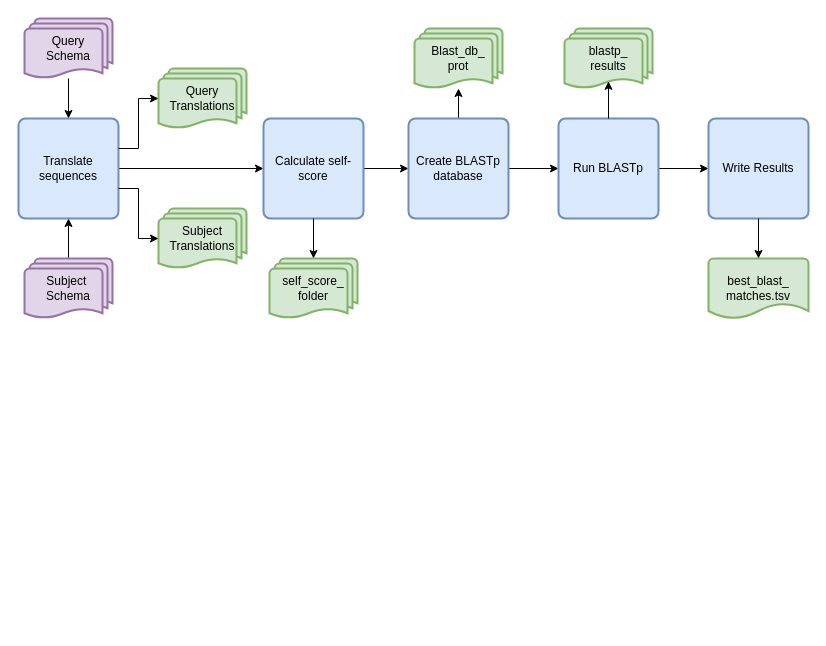
Earlier version of the draw.io diagram SchemaRefinery/docs/user/modules/source/match_schemas.drawio (B-UMMI/Schema_Refinery). Source tidied: cells renumbered, new cells numbered last; positions are measured from the earlier drawing's top-left corner, leaving out a move shared by most shapes. Both pictures are drawn from the tidied source at 100%, with x=0, y=0 at pixel (18, 18).
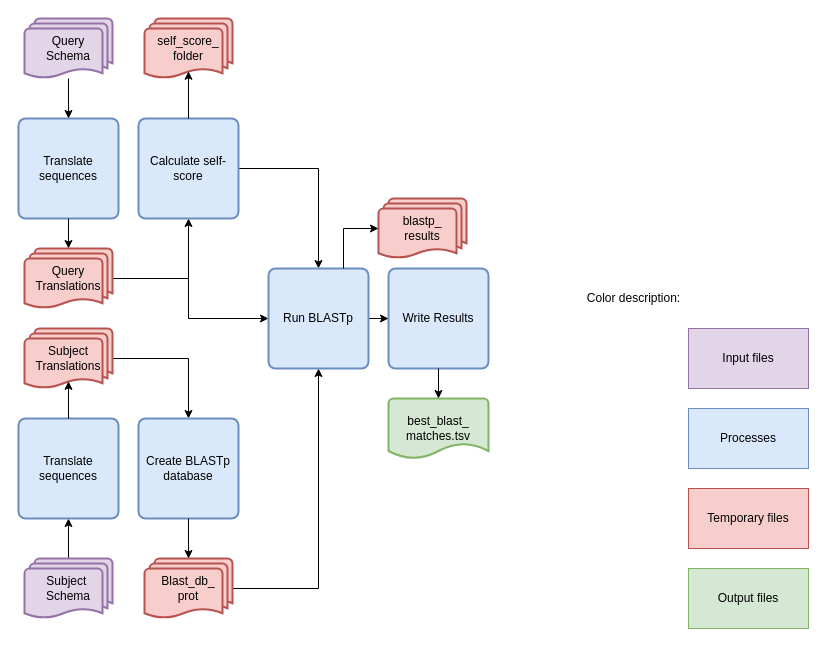
After the change.

The change refers to these unchanged cells:
```xml
<mxCell id="3" value="Translate sequences" style="rounded=1;whiteSpace=wrap;html=1;absoluteArcSize=1;arcSize=14;strokeWidth=2;fillColor=#dae8fc;strokeColor=#6c8ebf;" parent="1" vertex="1">
  <mxGeometry y="100" width="100" height="100" as="geometry" />
</mxCell>
```

Diff of the diagram source:
```diff
@@
-    <mxCell id="2" style="edgeStyle=orthogonalEdgeStyle;rounded=0;jettySize=auto;html=1;entryX=0;entryY=0.5;entryDx=0;entryDy=0;" parent="1" edge="1" source="3" target="13">
-      <mxGeometry relative="1" as="geometry" />
-    </mxCell>
@@
-    <mxCell id="6" style="edgeStyle=orthogonalEdgeStyle;rounded=0;jettySize=auto;html=1;entryX=0.5;entryY=1;entryDx=0;entryDy=0;" parent="1" edge="1" source="7" target="3">
-      <mxGeometry relative="1" as="geometry" />
-    </mxCell>
+    <mxCell id="27" style="edgeStyle=orthogonalEdgeStyle;rounded=0;jettySize=auto;html=1;entryX=0.5;entryY=1;entryDx=0;entryDy=0;" parent="1" edge="1" source="7" target="33">
+      <mxGeometry relative="1" as="geometry" />
+    </mxCell>
     <mxCell id="7" value="Subject&amp;nbsp;&lt;div&gt;Schema&lt;/div&gt;" style="strokeWidth=2;html=1;shape=mxgraph.flowchart.multi-document;whiteSpace=wrap;fillColor=#e1d5e7;strokeColor=#9673a6;" parent="1" vertex="1">
-      <mxGeometry x="6" y="240" width="88" height="60" as="geometry" />
+      <mxGeometry x="6" y="540" width="88" height="60" as="geometry" />
     </mxCell>
+    <mxCell id="28" style="edgeStyle=orthogonalEdgeStyle;rounded=0;jettySize=auto;html=1;entryX=0.5;entryY=1;entryDx=0;entryDy=0;" parent="1" edge="1" source="8" target="13">
+      <mxGeometry relative="1" as="geometry" />
+    </mxCell>
+    <mxCell id="29" style="edgeStyle=orthogonalEdgeStyle;rounded=0;jettySize=auto;html=1;entryX=0;entryY=0.5;entryDx=0;entryDy=0;" parent="1" edge="1" source="8" target="21">
+      <mxGeometry relative="1" as="geometry">
+        <Array as="points">
+          <mxPoint x="170" y="260" />
+          <mxPoint x="170" y="300" />
+        </Array>
+      </mxGeometry>
+    </mxCell>
-    <mxCell id="8" value="Query Translations" style="strokeWidth=2;html=1;shape=mxgraph.flowchart.multi-document;whiteSpace=wrap;fillColor=#d5e8d4;strokeColor=#82b366;" parent="1" vertex="1">
-      <mxGeometry x="140" y="50" width="88" height="60" as="geometry" />
+    <mxCell id="8" value="Query Translations" style="strokeWidth=2;html=1;shape=mxgraph.flowchart.multi-document;whiteSpace=wrap;fillColor=#f8cecc;strokeColor=#b85450;" parent="1" vertex="1">
+      <mxGeometry x="6" y="230" width="88" height="60" as="geometry" />
     </mxCell>
-    <mxCell id="9" style="edgeStyle=orthogonalEdgeStyle;rounded=0;jettySize=auto;html=1;entryX=0;entryY=0.5;entryDx=0;entryDy=0;entryPerimeter=0;" parent="1" edge="1" source="3" target="8">
-      <mxGeometry relative="1" as="geometry">
-        <Array as="points">
-          <mxPoint x="120" y="130" />
-          <mxPoint x="120" y="80" />
-        </Array>
-      </mxGeometry>
-    </mxCell>
+    <mxCell id="30" style="edgeStyle=orthogonalEdgeStyle;rounded=0;jettySize=auto;html=1;entryX=0.5;entryY=0;entryDx=0;entryDy=0;" parent="1" edge="1" source="10" target="18">
+      <mxGeometry relative="1" as="geometry" />
+    </mxCell>
-    <mxCell id="10" value="Subject Translations" style="strokeWidth=2;html=1;shape=mxgraph.flowchart.multi-document;whiteSpace=wrap;fillColor=#d5e8d4;strokeColor=#82b366;" parent="1" vertex="1">
-      <mxGeometry x="140" y="190" width="88" height="60" as="geometry" />
+    <mxCell id="10" value="Subject Translations" style="strokeWidth=2;html=1;shape=mxgraph.flowchart.multi-document;whiteSpace=wrap;fillColor=#f8cecc;strokeColor=#b85450;" parent="1" vertex="1">
+      <mxGeometry x="6" y="310" width="88" height="60" as="geometry" />
     </mxCell>
-    <mxCell id="11" style="edgeStyle=orthogonalEdgeStyle;rounded=0;jettySize=auto;html=1;entryX=0;entryY=0.5;entryDx=0;entryDy=0;entryPerimeter=0;" parent="1" edge="1" source="3" target="10">
-      <mxGeometry relative="1" as="geometry">
-        <Array as="points">
-          <mxPoint x="120" y="170" />
-          <mxPoint x="120" y="220" />
-          <mxPoint x="140" y="220" />
-        </Array>
-      </mxGeometry>
-    </mxCell>
-    <mxCell id="12" style="edgeStyle=orthogonalEdgeStyle;rounded=0;jettySize=auto;html=1;entryX=0;entryY=0.5;entryDx=0;entryDy=0;" parent="1" edge="1" source="13" target="18">
-      <mxGeometry relative="1" as="geometry" />
-    </mxCell>
+    <mxCell id="31" style="edgeStyle=orthogonalEdgeStyle;rounded=0;jettySize=auto;html=1;entryX=0.5;entryY=0;entryDx=0;entryDy=0;" parent="1" edge="1" source="13" target="21">
+      <mxGeometry relative="1" as="geometry" />
+    </mxCell>
     <mxCell id="13" value="Calculate self-score" style="rounded=1;whiteSpace=wrap;html=1;absoluteArcSize=1;arcSize=14;strokeWidth=2;fillColor=#dae8fc;strokeColor=#6c8ebf;" parent="1" vertex="1">
-      <mxGeometry x="245" y="100" width="100" height="100" as="geometry" />
+      <mxGeometry x="120" y="100" width="100" height="100" as="geometry" />
     </mxCell>
-    <mxCell id="14" value="self_score_&lt;div&gt;folder&lt;/div&gt;" style="strokeWidth=2;html=1;shape=mxgraph.flowchart.multi-document;whiteSpace=wrap;fillColor=#d5e8d4;strokeColor=#82b366;" parent="1" vertex="1">
-      <mxGeometry x="251" y="240" width="88" height="60" as="geometry" />
+    <mxCell id="14" value="self_score_&lt;div&gt;folder&lt;/div&gt;" style="strokeWidth=2;html=1;shape=mxgraph.flowchart.multi-document;whiteSpace=wrap;fillColor=#f8cecc;strokeColor=#b85450;" parent="1" vertex="1">
+      <mxGeometry x="126" width="88" height="60" as="geometry" />
     </mxCell>
-    <mxCell id="15" style="edgeStyle=orthogonalEdgeStyle;rounded=0;jettySize=auto;html=1;entryX=0.5;entryY=0;entryDx=0;entryDy=0;entryPerimeter=0;" parent="1" edge="1" source="13" target="14">
-      <mxGeometry relative="1" as="geometry" />
-    </mxCell>
-    <mxCell id="16" style="edgeStyle=orthogonalEdgeStyle;rounded=0;jettySize=auto;html=1;" parent="1" edge="1" source="18" target="19">
-      <mxGeometry relative="1" as="geometry" />
-    </mxCell>
-    <mxCell id="17" style="edgeStyle=orthogonalEdgeStyle;rounded=0;jettySize=auto;html=1;entryX=0;entryY=0.5;entryDx=0;entryDy=0;" parent="1" edge="1" source="18" target="21">
-      <mxGeometry relative="1" as="geometry" />
-    </mxCell>
     <mxCell id="18" value="Create BLASTp database" style="rounded=1;whiteSpace=wrap;html=1;absoluteArcSize=1;arcSize=14;strokeWidth=2;fillColor=#dae8fc;strokeColor=#6c8ebf;" parent="1" vertex="1">
-      <mxGeometry x="390" y="100" width="100" height="100" as="geometry" />
+      <mxGeometry x="120" y="400" width="100" height="100" as="geometry" />
     </mxCell>
+    <mxCell id="32" style="edgeStyle=orthogonalEdgeStyle;rounded=0;jettySize=auto;html=1;entryX=0.5;entryY=1;entryDx=0;entryDy=0;" parent="1" edge="1" source="19" target="21">
+      <mxGeometry relative="1" as="geometry" />
+    </mxCell>
-    <mxCell id="19" value="Blast_db_&lt;div&gt;prot&lt;/div&gt;" style="strokeWidth=2;html=1;shape=mxgraph.flowchart.multi-document;whiteSpace=wrap;fillColor=#d5e8d4;strokeColor=#82b366;" parent="1" vertex="1">
-      <mxGeometry x="396" y="10" width="88" height="60" as="geometry" />
+    <mxCell id="19" value="Blast_db_&lt;div&gt;prot&lt;/div&gt;" style="strokeWidth=2;html=1;shape=mxgraph.flowchart.multi-document;whiteSpace=wrap;fillColor=#f8cecc;strokeColor=#b85450;" parent="1" vertex="1">
+      <mxGeometry x="126" y="540" width="88" height="60" as="geometry" />
     </mxCell>
@@
     <mxCell id="21" value="Run BLASTp" style="rounded=1;whiteSpace=wrap;html=1;absoluteArcSize=1;arcSize=14;strokeWidth=2;fillColor=#dae8fc;strokeColor=#6c8ebf;" parent="1" vertex="1">
-      <mxGeometry x="540" y="100" width="100" height="100" as="geometry" />
+      <mxGeometry x="250" y="250" width="100" height="100" as="geometry" />
     </mxCell>
-    <mxCell id="22" value="blastp_&lt;div&gt;results&lt;/div&gt;" style="strokeWidth=2;html=1;shape=mxgraph.flowchart.multi-document;whiteSpace=wrap;fillColor=#d5e8d4;strokeColor=#82b366;" parent="1" vertex="1">
-      <mxGeometry x="546" y="10" width="88" height="60" as="geometry" />
+    <mxCell id="22" value="blastp_&lt;div&gt;results&lt;/div&gt;" style="strokeWidth=2;html=1;shape=mxgraph.flowchart.multi-document;whiteSpace=wrap;fillColor=#f8cecc;strokeColor=#b85450;" parent="1" vertex="1">
+      <mxGeometry x="360" y="180" width="88" height="60" as="geometry" />
     </mxCell>
-    <mxCell id="23" style="edgeStyle=orthogonalEdgeStyle;rounded=0;jettySize=auto;html=1;entryX=0.5;entryY=0.88;entryDx=0;entryDy=0;entryPerimeter=0;" parent="1" edge="1" source="21" target="22">
-      <mxGeometry relative="1" as="geometry" />
-    </mxCell>
     <mxCell id="24" value="Write Results" style="rounded=1;whiteSpace=wrap;html=1;absoluteArcSize=1;arcSize=14;strokeWidth=2;fillColor=#dae8fc;strokeColor=#6c8ebf;" parent="1" vertex="1">
-      <mxGeometry x="690" y="100" width="100" height="100" as="geometry" />
+      <mxGeometry x="370" y="250" width="100" height="100" as="geometry" />
     </mxCell>
     <mxCell id="25" value="best_blast_&lt;div&gt;matches.tsv&lt;/div&gt;" style="strokeWidth=2;html=1;shape=mxgraph.flowchart.document2;whiteSpace=wrap;size=0.25;fillColor=#d5e8d4;strokeColor=#82b366;" parent="1" vertex="1">
-      <mxGeometry x="690" y="240" width="100" height="60" as="geometry" />
+      <mxGeometry x="370" y="380" width="100" height="60" as="geometry" />
     </mxCell>
+    <mxCell id="33" value="Translate sequences" style="rounded=1;whiteSpace=wrap;html=1;absoluteArcSize=1;arcSize=14;strokeWidth=2;fillColor=#dae8fc;strokeColor=#6c8ebf;" parent="1" vertex="1">
+      <mxGeometry y="400" width="100" height="100" as="geometry" />
+    </mxCell>
+    <mxCell id="9" style="edgeStyle=orthogonalEdgeStyle;rounded=0;jettySize=auto;html=1;entryX=0.5;entryY=0;entryDx=0;entryDy=0;entryPerimeter=0;" parent="1" edge="1" source="3" target="8">
+      <mxGeometry relative="1" as="geometry" />
+    </mxCell>
+    <mxCell id="34" style="edgeStyle=orthogonalEdgeStyle;rounded=0;jettySize=auto;html=1;entryX=0.5;entryY=0.88;entryDx=0;entryDy=0;entryPerimeter=0;" parent="1" edge="1" source="33" target="10">
+      <mxGeometry relative="1" as="geometry" />
+    </mxCell>
+    <mxCell id="15" style="edgeStyle=orthogonalEdgeStyle;rounded=0;jettySize=auto;html=1;entryX=0.5;entryY=0.88;entryDx=0;entryDy=0;entryPerimeter=0;" parent="1" edge="1" source="13" target="14">
+      <mxGeometry relative="1" as="geometry" />
+    </mxCell>
+    <mxCell id="16" style="edgeStyle=orthogonalEdgeStyle;rounded=0;jettySize=auto;html=1;entryX=0.5;entryY=0;entryDx=0;entryDy=0;entryPerimeter=0;" parent="1" edge="1" source="18" target="19">
+      <mxGeometry relative="1" as="geometry" />
+    </mxCell>
+    <mxCell id="23" style="edgeStyle=orthogonalEdgeStyle;rounded=0;jettySize=auto;html=1;exitX=0.75;exitY=0;exitDx=0;exitDy=0;entryX=0;entryY=0.5;entryDx=0;entryDy=0;entryPerimeter=0;" parent="1" edge="1" source="21" target="22">
+      <mxGeometry relative="1" as="geometry" />
+    </mxCell>
@@
+    <mxCell id="35" value="Processes" style="rounded=0;whiteSpace=wrap;html=1;fillColor=#dae8fc;strokeColor=#6c8ebf;" parent="1" vertex="1">
+      <mxGeometry x="670" y="390" width="120" height="60" as="geometry" />
+    </mxCell>
+    <mxCell id="36" value="Temporary files" style="rounded=0;whiteSpace=wrap;html=1;fillColor=#f8cecc;strokeColor=#b85450;" parent="1" vertex="1">
+      <mxGeometry x="670" y="470" width="120" height="60" as="geometry" />
+    </mxCell>
+    <mxCell id="37" value="Input files" style="rounded=0;whiteSpace=wrap;html=1;fillColor=#e1d5e7;strokeColor=#9673a6;" parent="1" vertex="1">
+      <mxGeometry x="670" y="310" width="120" height="60" as="geometry" />
+    </mxCell>
+    <mxCell id="38" value="Output files" style="rounded=0;whiteSpace=wrap;html=1;fillColor=#d5e8d4;strokeColor=#82b366;" parent="1" vertex="1">
+      <mxGeometry x="670" y="550" width="120" height="60" as="geometry" />
+    </mxCell>
+    <mxCell id="39" value="Color description:" style="text;html=1;align=center;verticalAlign=middle;strokeColor=none;fillColor=none;" parent="1" vertex="1">
+      <mxGeometry x="560" y="265" width="110" height="30" as="geometry" />
+    </mxCell>
```
